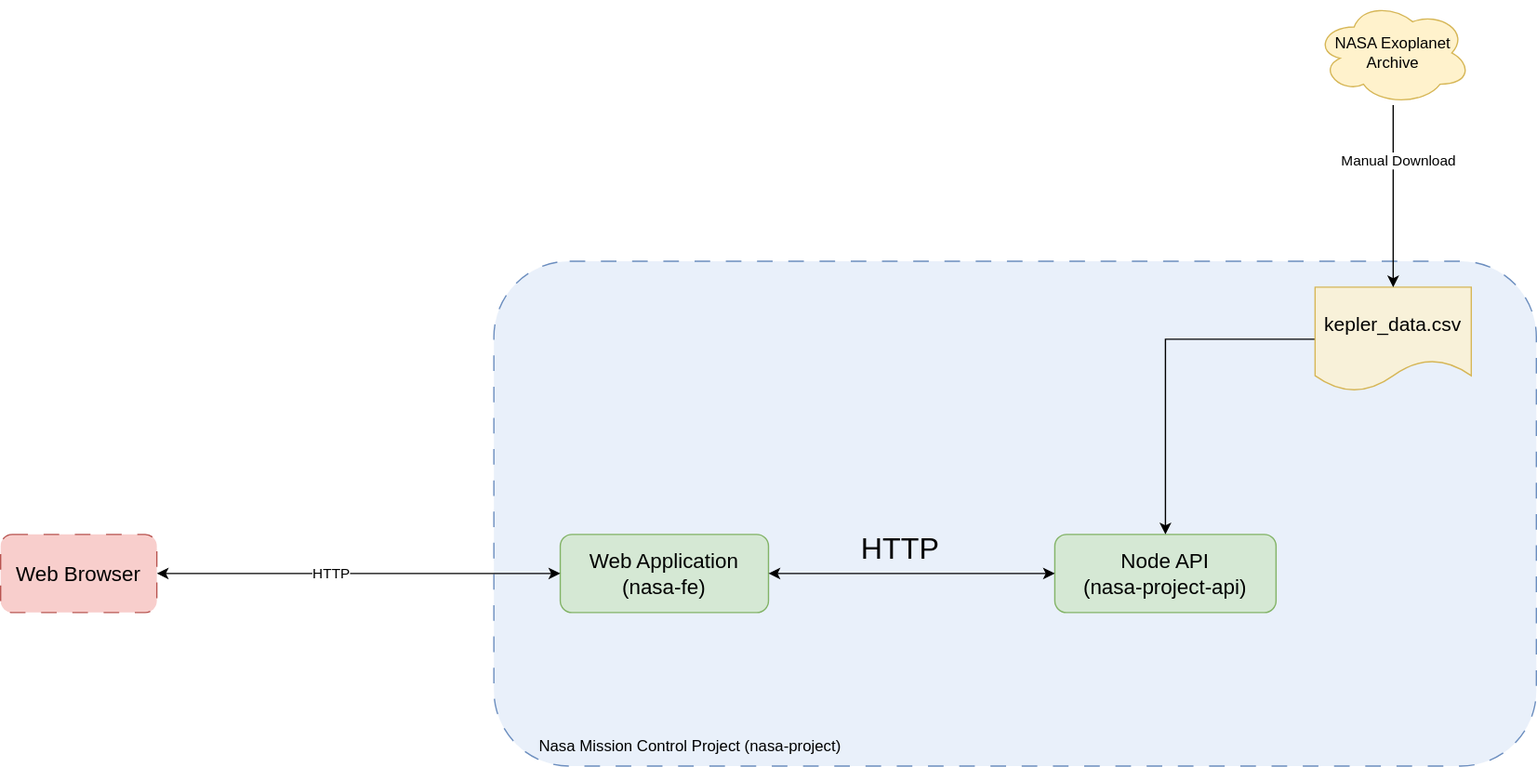
Earlier version of the draw.io export Architecture/Amina Mission Control Project.svg (UmmeHani-1234/AMINA). Source tidied: cells renumbered, new cells last; positions are measured from the earlier drawing's top-left corner, leaving out a move shared by most shapes. The source it was exported from:
```xml
<mxGraphModel>
  <root>
    <mxCell id="0" />
    <mxCell id="1" parent="0" />
    <mxCell id="2" style="rounded=1;whiteSpace=wrap;html=1;fontSize=16;fillColor=#D4E1F5;strokeColor=#6c8ebf;dashed=1;dashPattern=12 12;fillOpacity=50;" parent="1" vertex="1">
      <mxGeometry x="379" y="200" width="801" height="388" as="geometry" />
    </mxCell>
    <mxCell id="3" value="&lt;font style=&quot;font-size: 16px;&quot;&gt;Web Application&lt;br&gt;(nasa-fe)&lt;br&gt;&lt;/font&gt;" style="rounded=1;whiteSpace=wrap;html=1;fillColor=#d5e8d4;strokeColor=#82b366;" parent="1" vertex="1">
      <mxGeometry x="430" y="410" width="160" height="60" as="geometry" />
    </mxCell>
    <mxCell id="4" value="&lt;span style=&quot;font-size: 16px;&quot;&gt;Node API&lt;br&gt;(nasa-project-api)&lt;br&gt;&lt;/span&gt;" style="rounded=1;whiteSpace=wrap;html=1;fillColor=#d5e8d4;strokeColor=#82b366;" parent="1" vertex="1">
      <mxGeometry x="810" y="410" width="170" height="60" as="geometry" />
    </mxCell>
    <mxCell id="5" style="edgeStyle=orthogonalEdgeStyle;rounded=0;jettySize=auto;html=1;entryX=0;entryY=0.5;entryDx=0;entryDy=0;startArrow=classic;startFill=1;" parent="1" edge="1" source="3" target="4">
      <mxGeometry relative="1" as="geometry" />
    </mxCell>
    <mxCell id="6" value="HTTP" style="edgeLabel;html=1;align=center;verticalAlign=middle;spacing=2;fontSize=23;labelBackgroundColor=none;" parent="5" vertex="1">
      <mxGeometry x="-0.15" y="3" relative="1" as="geometry">
        <mxPoint x="7" y="-17" as="offset" />
      </mxGeometry>
    </mxCell>
    <mxCell id="7" value="Nasa Mission Control Project (nasa-project)" style="text;html=1;strokeColor=none;fillColor=none;align=center;verticalAlign=middle;whiteSpace=wrap;rounded=0;" parent="1" vertex="1">
      <mxGeometry x="400" y="558" width="260" height="30" as="geometry" />
    </mxCell>
    <mxCell id="8" style="edgeStyle=orthogonalEdgeStyle;rounded=0;jettySize=auto;html=1;startArrow=classic;startFill=1;" parent="1" edge="1" source="10" target="3">
      <mxGeometry relative="1" as="geometry" />
    </mxCell>
    <mxCell id="9" value="HTTP" style="edgeLabel;html=1;align=center;verticalAlign=middle;" parent="8" vertex="1">
      <mxGeometry x="-0.14" y="1" relative="1" as="geometry" />
    </mxCell>
    <mxCell id="10" value="Web Browser" style="whiteSpace=wrap;html=1;fontSize=16;fillColor=#f8cecc;strokeColor=#b85450;rounded=1;dashed=1;dashPattern=12 12;" parent="1" vertex="1">
      <mxGeometry y="410" width="120" height="60" as="geometry" />
    </mxCell>
    <mxCell id="11" style="edgeStyle=orthogonalEdgeStyle;rounded=0;jettySize=auto;html=1;" parent="1" edge="1" source="12" target="4">
      <mxGeometry relative="1" as="geometry" />
    </mxCell>
    <mxCell id="12" value="&lt;font style=&quot;font-size: 15px;&quot;&gt;kepler_data.csv&lt;/font&gt;" style="shape=document;whiteSpace=wrap;html=1;boundedLbl=1;fillColor=#fff2cc;strokeColor=#d6b656;fillStyle=auto;fillOpacity=70;" parent="1" vertex="1">
      <mxGeometry x="1010" y="220" width="120" height="80" as="geometry" />
    </mxCell>
    <mxCell id="13" style="edgeStyle=orthogonalEdgeStyle;rounded=0;jettySize=auto;html=1;" parent="1" edge="1" source="15" target="12">
      <mxGeometry relative="1" as="geometry" />
    </mxCell>
    <mxCell id="14" value="Manual Download" style="edgeLabel;html=1;align=center;verticalAlign=middle;" parent="13" vertex="1">
      <mxGeometry x="-0.21" y="3" relative="1" as="geometry">
        <mxPoint y="-13" as="offset" />
      </mxGeometry>
    </mxCell>
    <mxCell id="15" value="NASA Exoplanet Archive" style="ellipse;shape=cloud;whiteSpace=wrap;html=1;fillColor=#fff2cc;strokeColor=#d6b656;" parent="1" vertex="1">
      <mxGeometry x="1010" width="120" height="80" as="geometry" />
    </mxCell>
  </root>
</mxGraphModel>
```
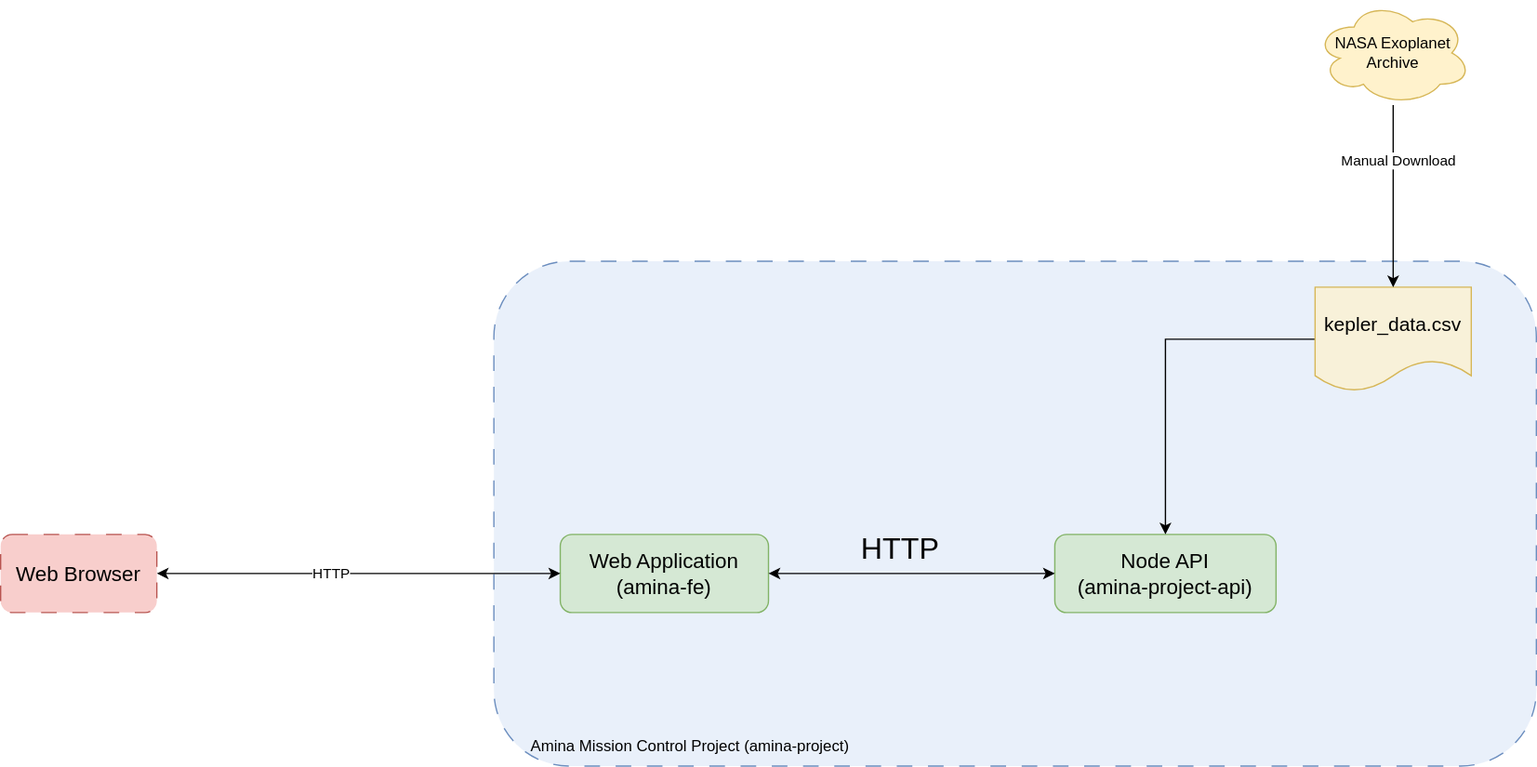
The same diagram one commit later.

Commit message:
chore: rename package lockfiles, architecture svg labels, and remove legacy backup files

What changed in the source:
```diff
@@ -5,10 +5,10 @@
     <mxCell id="2" style="rounded=1;whiteSpace=wrap;html=1;fontSize=16;fillColor=#D4E1F5;strokeColor=#6c8ebf;dashed=1;dashPattern=12 12;fillOpacity=50;" parent="1" vertex="1">
       <mxGeometry x="379" y="200" width="801" height="388" as="geometry" />
     </mxCell>
-    <mxCell id="3" value="&lt;font style=&quot;font-size: 16px;&quot;&gt;Web Application&lt;br&gt;(nasa-fe)&lt;br&gt;&lt;/font&gt;" style="rounded=1;whiteSpace=wrap;html=1;fillColor=#d5e8d4;strokeColor=#82b366;" parent="1" vertex="1">
+    <mxCell id="3" value="&lt;font style=&quot;font-size: 16px;&quot;&gt;Web Application&lt;br&gt;(amina-fe)&lt;br&gt;&lt;/font&gt;" style="rounded=1;whiteSpace=wrap;html=1;fillColor=#d5e8d4;strokeColor=#82b366;" parent="1" vertex="1">
       <mxGeometry x="430" y="410" width="160" height="60" as="geometry" />
     </mxCell>
-    <mxCell id="4" value="&lt;span style=&quot;font-size: 16px;&quot;&gt;Node API&lt;br&gt;(nasa-project-api)&lt;br&gt;&lt;/span&gt;" style="rounded=1;whiteSpace=wrap;html=1;fillColor=#d5e8d4;strokeColor=#82b366;" parent="1" vertex="1">
+    <mxCell id="4" value="&lt;span style=&quot;font-size: 16px;&quot;&gt;Node API&lt;br&gt;(amina-project-api)&lt;br&gt;&lt;/span&gt;" style="rounded=1;whiteSpace=wrap;html=1;fillColor=#d5e8d4;strokeColor=#82b366;" parent="1" vertex="1">
       <mxGeometry x="810" y="410" width="170" height="60" as="geometry" />
     </mxCell>
     <mxCell id="5" style="edgeStyle=orthogonalEdgeStyle;rounded=0;jettySize=auto;html=1;entryX=0;entryY=0.5;entryDx=0;entryDy=0;startArrow=classic;startFill=1;" parent="1" edge="1" source="3" target="4">
@@ -19,7 +19,7 @@
         <mxPoint x="7" y="-17" as="offset" />
       </mxGeometry>
     </mxCell>
-    <mxCell id="7" value="Nasa Mission Control Project (nasa-project)" style="text;html=1;strokeColor=none;fillColor=none;align=center;verticalAlign=middle;whiteSpace=wrap;rounded=0;" parent="1" vertex="1">
+    <mxCell id="7" value="Amina Mission Control Project (amina-project)" style="text;html=1;strokeColor=none;fillColor=none;align=center;verticalAlign=middle;whiteSpace=wrap;rounded=0;" parent="1" vertex="1">
       <mxGeometry x="400" y="558" width="260" height="30" as="geometry" />
     </mxCell>
     <mxCell id="8" style="edgeStyle=orthogonalEdgeStyle;rounded=0;jettySize=auto;html=1;startArrow=classic;startFill=1;" parent="1" edge="1" source="10" target="3">
```
